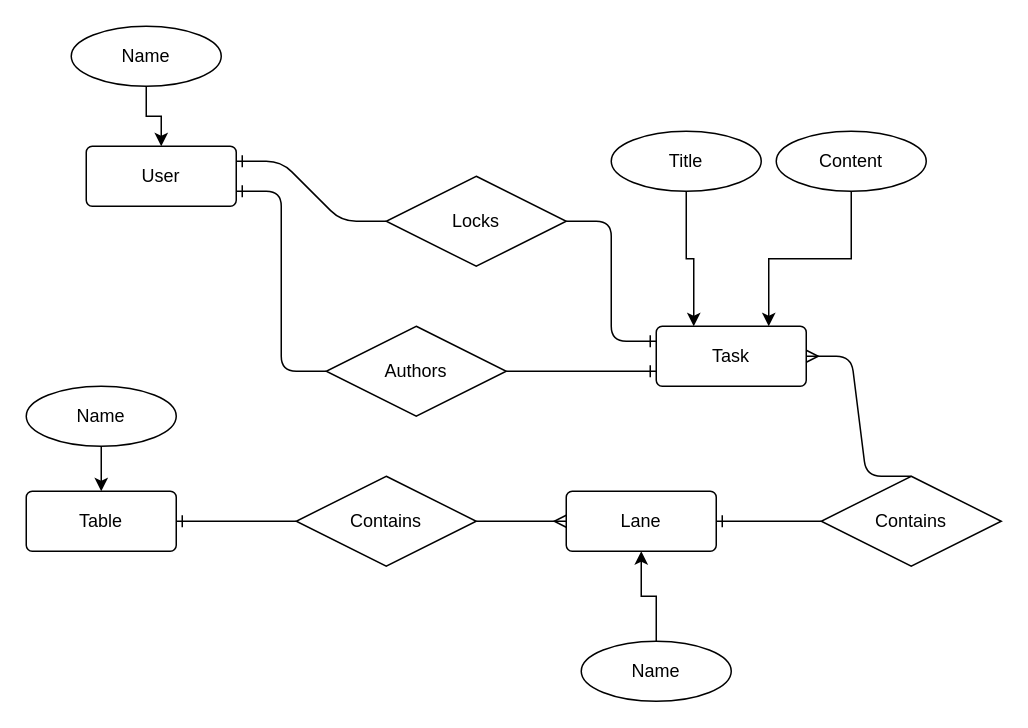
davidabram/node-postgres keeps this draw.io diagram as erd.drawio. Above is the earlier version. Source tidied: cells renumbered, new cells numbered last; positions are measured from the earlier drawing's top-left corner, leaving out a move shared by most shapes. Both pictures are drawn from the tidied source at 150%, with x=0, y=0 at pixel (26, 26).
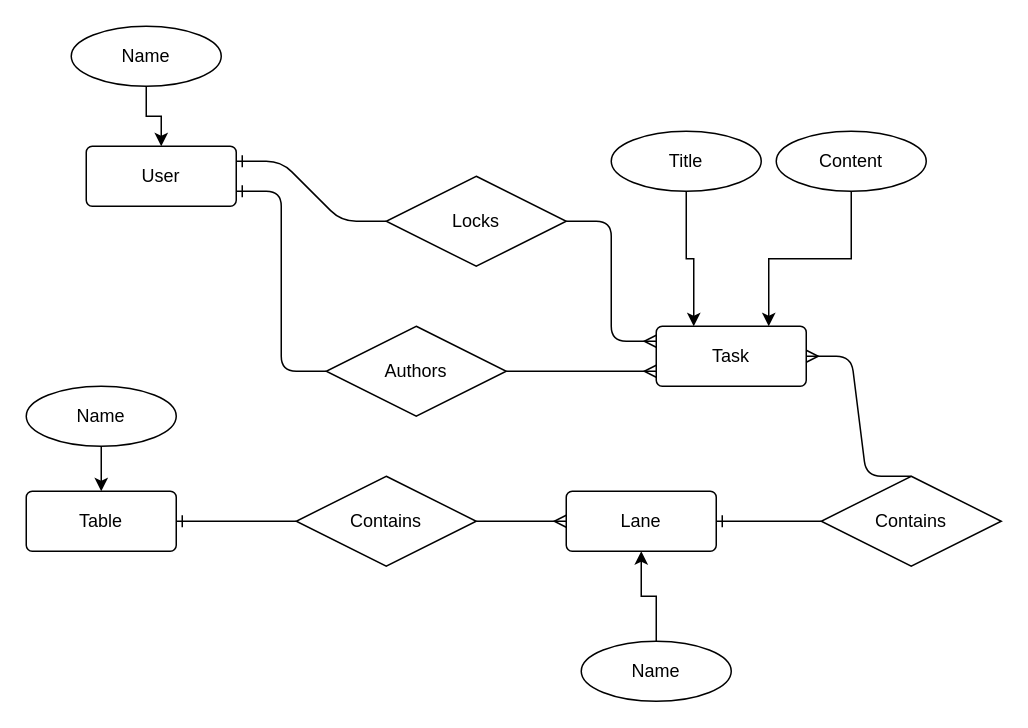
Above is the later version.

Unchanged cells that the change refers to:
```xml
<mxCell id="2" value="Task" style="rounded=1;arcSize=10;whiteSpace=wrap;html=1;align=center;" parent="1" vertex="1">
  <mxGeometry x="420" y="200" width="100" height="40" as="geometry" />
</mxCell>
<mxCell id="7" value="Authors" style="shape=rhombus;perimeter=rhombusPerimeter;whiteSpace=wrap;html=1;align=center;" parent="1" vertex="1">
  <mxGeometry x="200" y="200" width="120" height="60" as="geometry" />
</mxCell>
<mxCell id="10" value="Locks" style="shape=rhombus;perimeter=rhombusPerimeter;whiteSpace=wrap;html=1;align=center;" parent="1" vertex="1">
  <mxGeometry x="240" y="100" width="120" height="60" as="geometry" />
</mxCell>
```

The edit, as a diff of the source:
```diff
@@
-    <mxCell id="19" style="edgeStyle=entityRelationEdgeStyle;fontSize=12;html=1;endArrow=ERone;endFill=1;exitX=1;exitY=0.5;exitDx=0;exitDy=0;entryX=0;entryY=0.75;entryDx=0;entryDy=0;" parent="1" edge="1" source="7" target="2">
+    <mxCell id="19" style="edgeStyle=entityRelationEdgeStyle;fontSize=12;html=1;endArrow=ERmany;endFill=0;exitX=1;exitY=0.5;exitDx=0;exitDy=0;entryX=0;entryY=0.75;entryDx=0;entryDy=0;" parent="1" edge="1" source="7" target="2">
       <mxGeometry relative="1" as="geometry" />
     </mxCell>
-    <mxCell id="20" style="edgeStyle=entityRelationEdgeStyle;fontSize=12;html=1;endArrow=ERone;endFill=1;entryX=0;entryY=0.25;entryDx=0;entryDy=0;exitX=1;exitY=0.5;exitDx=0;exitDy=0;" parent="1" edge="1" source="10" target="2">
+    <mxCell id="20" style="edgeStyle=entityRelationEdgeStyle;fontSize=12;html=1;endArrow=ERmany;endFill=0;entryX=0;entryY=0.25;entryDx=0;entryDy=0;exitX=1;exitY=0.5;exitDx=0;exitDy=0;" parent="1" edge="1" source="10" target="2">
       <mxGeometry relative="1" as="geometry" />
     </mxCell>
```
